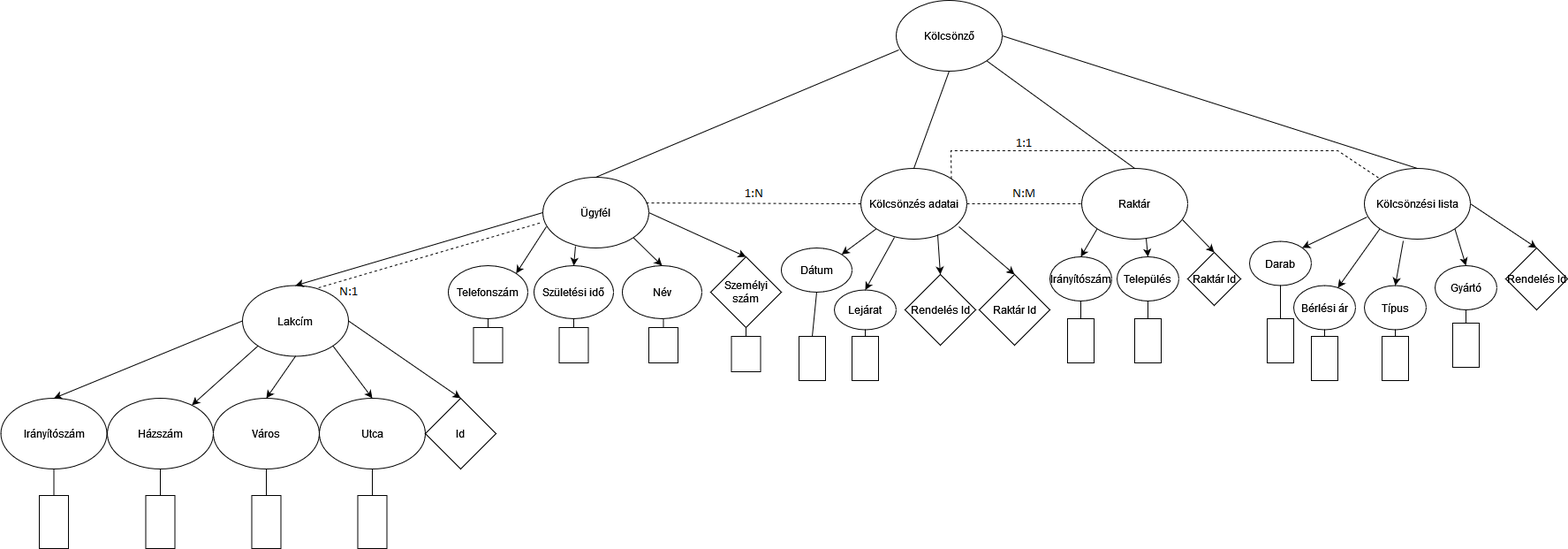
Before: XMLTaskGFMV6T/XDMGFMV6T.png, a diagram exported from draw.io (ladiand/GFMV6T_XMLGyak). Source tidied: cells renumbered, new cells last; positions are measured from the earlier drawing's top-left corner, leaving out a move shared by most shapes.
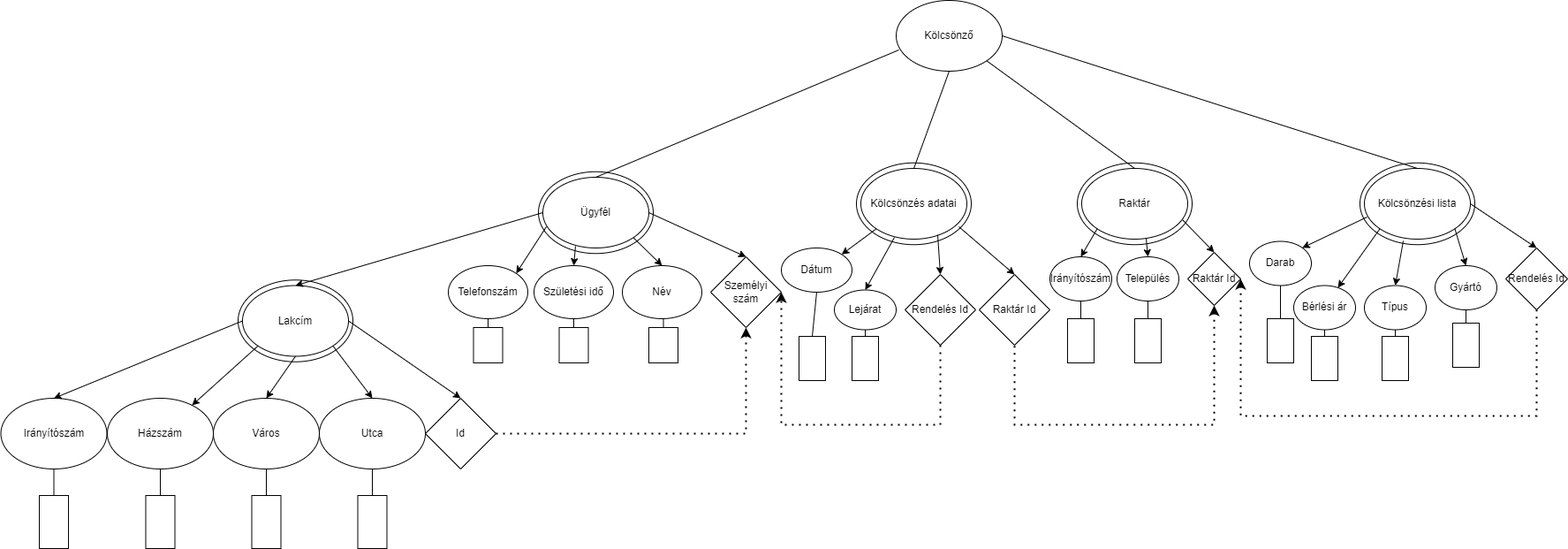
The same file after the commit.

What changed in the source:
```diff
@@ -2,10 +2,25 @@
   <root>
     <mxCell id="0" />
     <mxCell id="1" parent="0" />
+    <mxCell id="91" style="ellipse;whiteSpace=wrap;html=1;shadow=0;sketch=0;strokeWidth=1;gradientColor=none;" parent="1" vertex="1">
+      <mxGeometry x="1539" y="183.8" width="130" height="92.5" as="geometry" />
+    </mxCell>
+    <mxCell id="92" style="ellipse;whiteSpace=wrap;html=1;shadow=0;sketch=0;strokeWidth=1;gradientColor=none;" parent="1" vertex="1">
+      <mxGeometry x="1219" y="183.8" width="130" height="92.5" as="geometry" />
+    </mxCell>
+    <mxCell id="93" style="ellipse;whiteSpace=wrap;html=1;shadow=0;sketch=0;strokeWidth=1;gradientColor=none;" parent="1" vertex="1">
+      <mxGeometry x="969" y="183.8" width="130" height="92.5" as="geometry" />
+    </mxCell>
+    <mxCell id="94" style="ellipse;whiteSpace=wrap;html=1;shadow=0;sketch=0;strokeWidth=1;gradientColor=none;" parent="1" vertex="1">
+      <mxGeometry x="609" y="193.8" width="130" height="92.5" as="geometry" />
+    </mxCell>
+    <mxCell id="95" style="ellipse;whiteSpace=wrap;html=1;shadow=0;sketch=0;strokeWidth=1;gradientColor=none;" parent="1" vertex="1">
+      <mxGeometry x="269" y="316.2" width="130" height="92.5" as="geometry" />
+    </mxCell>
     <mxCell id="2" value="&lt;div&gt;Kölcsönző&lt;/div&gt;" style="ellipse;whiteSpace=wrap;html=1;" parent="1" vertex="1">
       <mxGeometry x="1014" width="120" height="80" as="geometry" />
     </mxCell>
-    <mxCell id="3" value="Lakcím" style="ellipse;whiteSpace=wrap;html=1;sketch=0;shadow=0;" parent="1" vertex="1">
+    <mxCell id="3" value="Lakcím" style="ellipse;whiteSpace=wrap;html=1;sketch=0;shadow=0;perimeterSpacing=0;strokeWidth=1;" parent="1" vertex="1">
       <mxGeometry x="274" y="322.5" width="120" height="80" as="geometry" />
     </mxCell>
     <mxCell id="4" value="Város" style="ellipse;whiteSpace=wrap;html=1;shadow=0;sketch=0;" parent="1" vertex="1">
@@ -112,12 +127,6 @@
         <mxPoint x="750.5" y="360" as="targetPoint" />
       </mxGeometry>
     </mxCell>
-    <mxCell id="38" style="rounded=0;whiteSpace=wrap;html=1;shadow=0;sketch=0;" parent="1" vertex="1">
-      <mxGeometry x="827.5" y="380" width="33" height="40" as="geometry" />
-    </mxCell>
-    <mxCell id="39" style="endArrow=none;html=1;rounded=0;entryX=0.5;entryY=1;entryDx=0;entryDy=0;exitX=0.5;exitY=0;exitDx=0;exitDy=0;" parent="1" edge="1" source="38" target="31">
-      <mxGeometry relative="1" as="geometry" />
-    </mxCell>
     <mxCell id="40" value="Kölcsönzés adatai" style="ellipse;whiteSpace=wrap;html=1;shadow=0;sketch=0;" parent="1" vertex="1">
       <mxGeometry x="974" y="190" width="120" height="80" as="geometry" />
     </mxCell>
@@ -259,23 +268,36 @@
     <mxCell id="86" style="endArrow=none;html=1;rounded=0;entryX=0.5;entryY=1;entryDx=0;entryDy=0;exitX=0.5;exitY=0;exitDx=0;exitDy=0;" parent="1" edge="1" source="85" target="64">
       <mxGeometry relative="1" as="geometry" />
     </mxCell>
-    <mxCell id="87" style="endArrow=none;dashed=1;html=1;rounded=0;entryX=0;entryY=0.5;entryDx=0;entryDy=0;exitX=0.975;exitY=0.363;exitDx=0;exitDy=0;exitPerimeter=0;" parent="1" edge="1" source="22" target="40">
-      <mxGeometry relative="1" as="geometry" />
-    </mxCell>
-    <mxCell id="88" style="endArrow=none;dashed=1;html=1;rounded=0;entryX=-0.008;entryY=0.638;entryDx=0;entryDy=0;entryPerimeter=0;exitX=0.717;exitY=0.031;exitDx=0;exitDy=0;exitPerimeter=0;" parent="1" edge="1" source="3" target="22">
-      <mxGeometry relative="1" as="geometry" />
-    </mxCell>
-    <mxCell id="89" style="endArrow=none;dashed=1;html=1;rounded=0;exitX=1;exitY=0.5;exitDx=0;exitDy=0;entryX=0;entryY=0.5;entryDx=0;entryDy=0;" parent="1" edge="1" source="40" target="53">
-      <mxGeometry relative="1" as="geometry" />
-    </mxCell>
-    <mxCell id="90" style="endArrow=none;dashed=1;html=1;rounded=0;entryX=0;entryY=0;entryDx=0;entryDy=0;exitX=1;exitY=0;exitDx=0;exitDy=0;" parent="1" edge="1" source="40" target="60">
-      <mxGeometry relative="1" as="geometry">
-        <Array as="points">
-          <mxPoint x="1076" y="170" />
-          <mxPoint x="1304" y="170" />
-          <mxPoint x="1514" y="170" />
-        </Array>
-      </mxGeometry>
-    </mxCell>
+    <mxCell id="96" style="endArrow=none;dashed=1;html=1;dashPattern=1 3;strokeWidth=2;rounded=0;entryX=0.5;entryY=1;entryDx=0;entryDy=0;exitX=0.5;exitY=1;exitDx=0;exitDy=0;endFill=0;startArrow=classic;startFill=1;" parent="1" edge="1" source="56" target="41">
+      <mxGeometry relative="1" as="geometry">
+        <Array as="points">
+          <mxPoint x="1374" y="480" />
+          <mxPoint x="1148" y="480" />
+        </Array>
+      </mxGeometry>
+    </mxCell>
+    <mxCell id="97" style="endArrow=classic;dashed=1;html=1;dashPattern=1 3;strokeWidth=2;rounded=0;entryX=1;entryY=0.5;entryDx=0;entryDy=0;exitX=0.5;exitY=1;exitDx=0;exitDy=0;startArrow=none;startFill=0;endFill=1;" parent="1" edge="1" source="43" target="31">
+      <mxGeometry relative="1" as="geometry">
+        <Array as="points">
+          <mxPoint x="1064" y="480" />
+          <mxPoint x="884" y="480" />
+        </Array>
+      </mxGeometry>
+    </mxCell>
+    <mxCell id="98" style="endArrow=classic;dashed=1;html=1;dashPattern=1 3;strokeWidth=2;rounded=0;exitX=1;exitY=0.5;exitDx=0;exitDy=0;entryX=0.5;entryY=1;entryDx=0;entryDy=0;endFill=1;" parent="1" edge="1" source="8" target="31">
+      <mxGeometry relative="1" as="geometry">
+        <Array as="points">
+          <mxPoint x="844" y="490" />
+        </Array>
+      </mxGeometry>
+    </mxCell>
+    <mxCell id="99" style="endArrow=none;dashed=1;html=1;dashPattern=1 3;strokeWidth=2;rounded=0;entryX=0.5;entryY=1;entryDx=0;entryDy=0;exitX=1;exitY=0.5;exitDx=0;exitDy=0;startArrow=classic;startFill=1;endFill=0;" parent="1" edge="1" source="56" target="69">
+      <mxGeometry relative="1" as="geometry">
+        <Array as="points">
+          <mxPoint x="1404" y="470" />
+          <mxPoint x="1739" y="470" />
+        </Array>
+      </mxGeometry>
+    </mxCell>
   </root>
 </mxGraphModel>
```
